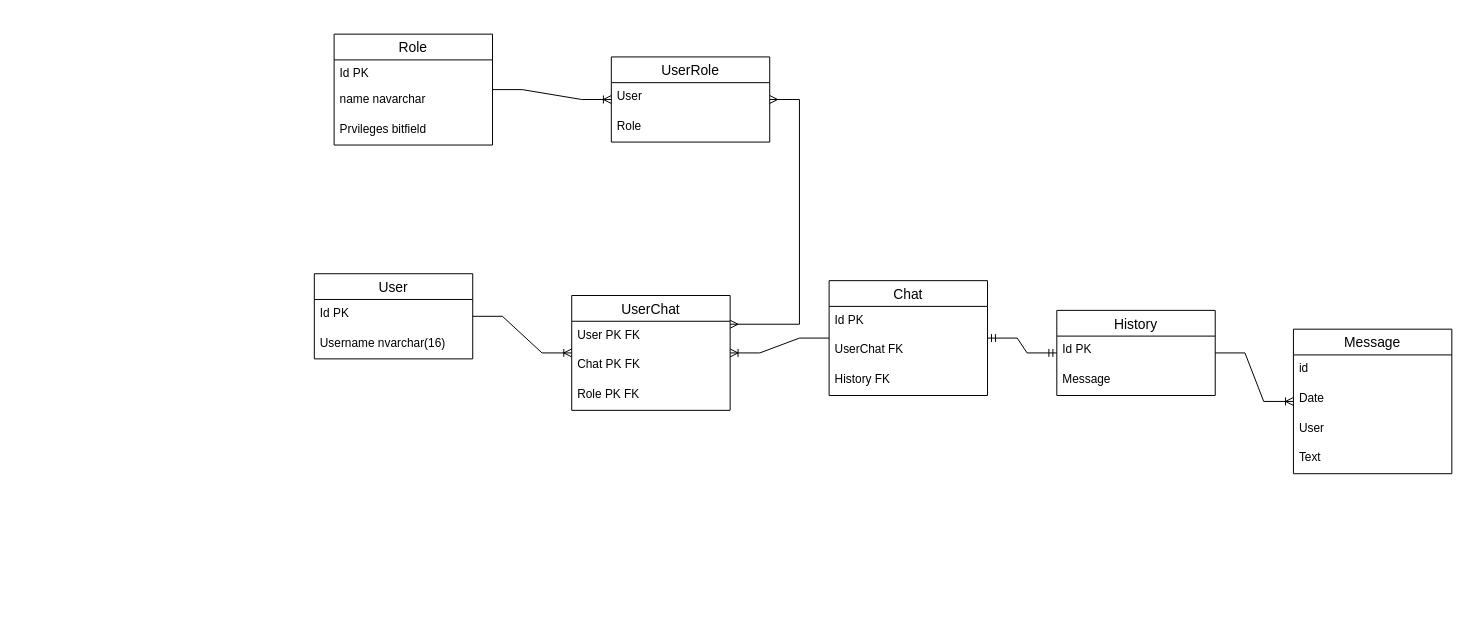
This is page "DB" (1 of 3) of Resources/DB.drawio from Plasmat1x/CourseProjectCS2, a draw.io file, before an edit. Source tidied: cells renumbered, new cells numbered last; positions are measured from the earlier drawing's top-left corner, leaving out a move shared by most shapes. Both pictures are drawn from the tidied source at 99%, with x=0, y=0 at pixel (314, 34).
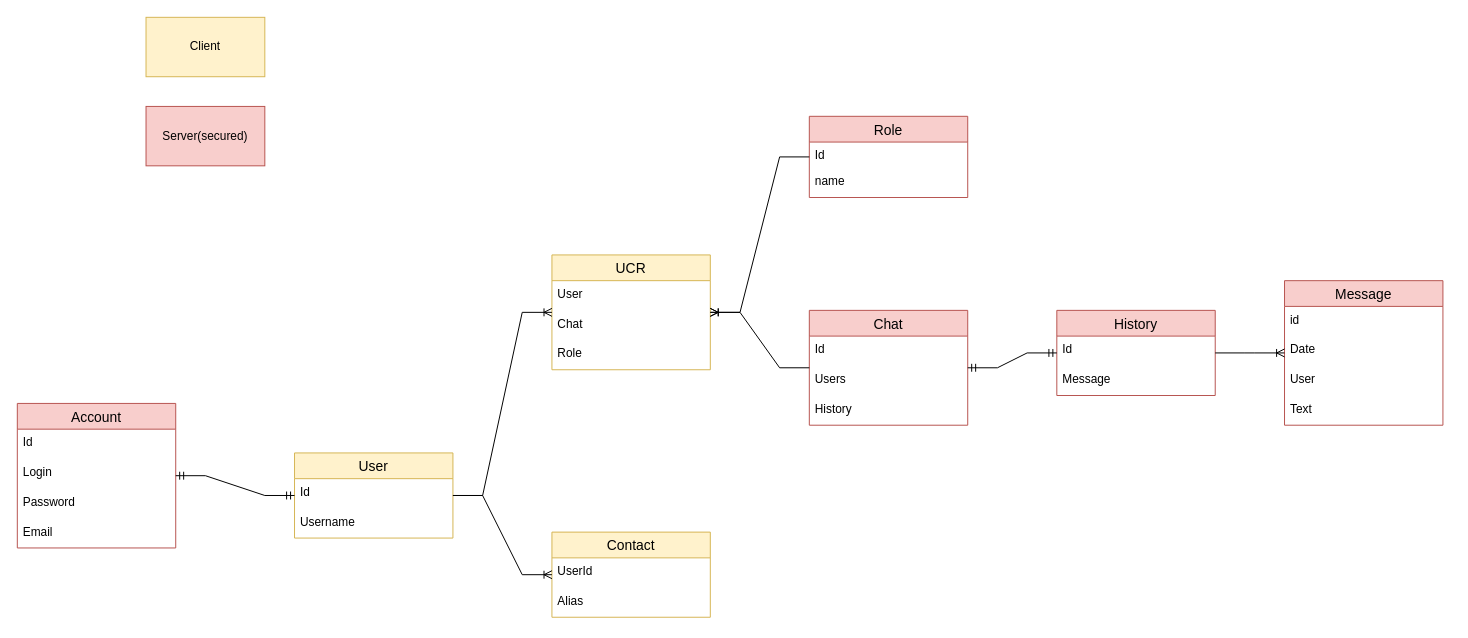
The same diagram, later.

What changed in the source:
```diff
@@
-    <mxCell id="2" value="User" style="swimlane;fontStyle=0;horizontal=1;startSize=26;align=center;fontSize=14;" parent="1" vertex="1">
-      <mxGeometry y="242" width="160" height="86" as="geometry" />
+    <mxCell id="2" value="User" style="swimlane;fontStyle=0;horizontal=1;startSize=26;align=center;fontSize=14;fillColor=#fff2cc;strokeColor=#d6b656;" parent="1" vertex="1">
+      <mxGeometry x="-20" y="423" width="160" height="86" as="geometry" />
     </mxCell>
-    <mxCell id="3" value="Id PK" style="text;strokeColor=none;fillColor=none;spacingLeft=4;spacingRight=4;overflow=hidden;fontSize=12;" parent="2" vertex="1">
+    <mxCell id="3" value="Id" style="text;strokeColor=none;fillColor=none;spacingLeft=4;spacingRight=4;overflow=hidden;fontSize=12;" parent="2" vertex="1">
       <mxGeometry y="26" width="160" height="30" as="geometry" />
     </mxCell>
-    <mxCell id="4" value="Username nvarchar(16)" style="text;strokeColor=none;fillColor=none;spacingLeft=4;spacingRight=4;overflow=hidden;fontSize=12;" parent="2" vertex="1">
+    <mxCell id="4" value="Username " style="text;strokeColor=none;fillColor=none;spacingLeft=4;spacingRight=4;overflow=hidden;fontSize=12;" parent="2" vertex="1">
       <mxGeometry y="56" width="160" height="30" as="geometry" />
     </mxCell>
-    <mxCell id="5" value="Role" style="swimlane;fontStyle=0;horizontal=1;startSize=26;align=center;fontSize=14;" parent="1" vertex="1">
-      <mxGeometry x="20" width="160" height="112" as="geometry" />
+    <mxCell id="5" value="Role" style="swimlane;fontStyle=0;horizontal=1;startSize=26;align=center;fontSize=14;fillColor=#f8cecc;strokeColor=#b85450;" parent="1" vertex="1">
+      <mxGeometry x="500" y="83" width="160" height="82" as="geometry" />
     </mxCell>
-    <mxCell id="6" value="Id PK" style="text;strokeColor=none;fillColor=none;spacingLeft=4;spacingRight=4;overflow=hidden;fontSize=12;" parent="5" vertex="1">
+    <mxCell id="6" value="Id" style="text;strokeColor=none;fillColor=none;spacingLeft=4;spacingRight=4;overflow=hidden;fontSize=12;" parent="5" vertex="1">
       <mxGeometry y="26" width="160" height="26" as="geometry" />
     </mxCell>
-    <mxCell id="7" value="name navarchar" style="text;strokeColor=none;fillColor=none;spacingLeft=4;spacingRight=4;overflow=hidden;fontSize=12;" parent="5" vertex="1">
+    <mxCell id="7" value="name" style="text;strokeColor=none;fillColor=none;spacingLeft=4;spacingRight=4;overflow=hidden;fontSize=12;" parent="5" vertex="1">
       <mxGeometry y="52" width="160" height="30" as="geometry" />
     </mxCell>
-    <mxCell id="8" value="Prvileges bitfield" style="text;strokeColor=none;fillColor=none;spacingLeft=4;spacingRight=4;overflow=hidden;fontSize=12;" parent="5" vertex="1">
-      <mxGeometry y="82" width="160" height="30" as="geometry" />
-    </mxCell>
-    <mxCell id="9" value="Chat" style="swimlane;fontStyle=0;horizontal=1;startSize=26;align=center;fontSize=14;" parent="1" vertex="1">
-      <mxGeometry x="520" y="249" width="160" height="116" as="geometry" />
+    <mxCell id="9" value="Chat" style="swimlane;fontStyle=0;horizontal=1;startSize=26;align=center;fontSize=14;fillColor=#f8cecc;strokeColor=#b85450;" parent="1" vertex="1">
+      <mxGeometry x="500" y="279" width="160" height="116" as="geometry" />
     </mxCell>
-    <mxCell id="10" value="Id PK" style="text;strokeColor=none;fillColor=none;spacingLeft=4;spacingRight=4;overflow=hidden;fontSize=12;" parent="9" vertex="1">
+    <mxCell id="10" value="Id" style="text;strokeColor=none;fillColor=none;spacingLeft=4;spacingRight=4;overflow=hidden;fontSize=12;" parent="9" vertex="1">
       <mxGeometry y="26" width="160" height="30" as="geometry" />
     </mxCell>
-    <mxCell id="11" value="UserChat FK" style="text;strokeColor=none;fillColor=none;spacingLeft=4;spacingRight=4;overflow=hidden;fontSize=12;" parent="9" vertex="1">
+    <mxCell id="11" value="Users" style="text;strokeColor=none;fillColor=none;spacingLeft=4;spacingRight=4;overflow=hidden;fontSize=12;" parent="9" vertex="1">
       <mxGeometry y="56" width="160" height="30" as="geometry" />
     </mxCell>
-    <mxCell id="12" value="History FK" style="text;strokeColor=none;fillColor=none;spacingLeft=4;spacingRight=4;overflow=hidden;fontSize=12;" parent="9" vertex="1">
+    <mxCell id="12" value="History" style="text;strokeColor=none;fillColor=none;spacingLeft=4;spacingRight=4;overflow=hidden;fontSize=12;" parent="9" vertex="1">
       <mxGeometry y="86" width="160" height="30" as="geometry" />
     </mxCell>
-    <mxCell id="13" value="UserChat" style="swimlane;fontStyle=0;horizontal=1;startSize=26;align=center;fontSize=14;" parent="1" vertex="1">
-      <mxGeometry x="260" y="264" width="160" height="116" as="geometry" />
+    <mxCell id="13" value="UCR" style="swimlane;fontStyle=0;horizontal=1;startSize=26;align=center;fontSize=14;fillColor=#fff2cc;strokeColor=#d6b656;" parent="1" vertex="1">
+      <mxGeometry x="240" y="223" width="160" height="116" as="geometry" />
     </mxCell>
-    <mxCell id="14" value="User PK FK" style="text;strokeColor=none;fillColor=none;spacingLeft=4;spacingRight=4;overflow=hidden;fontSize=12;" parent="13" vertex="1">
+    <mxCell id="14" value="User" style="text;strokeColor=none;fillColor=none;spacingLeft=4;spacingRight=4;overflow=hidden;fontSize=12;" parent="13" vertex="1">
       <mxGeometry y="26" width="160" height="30" as="geometry" />
     </mxCell>
-    <mxCell id="15" value="Chat PK FK" style="text;strokeColor=none;fillColor=none;spacingLeft=4;spacingRight=4;overflow=hidden;fontSize=12;" parent="13" vertex="1">
+    <mxCell id="15" value="Chat" style="text;strokeColor=none;fillColor=none;spacingLeft=4;spacingRight=4;overflow=hidden;fontSize=12;" parent="13" vertex="1">
       <mxGeometry y="56" width="160" height="30" as="geometry" />
     </mxCell>
-    <mxCell id="16" value="Role PK FK" style="text;strokeColor=none;fillColor=none;spacingLeft=4;spacingRight=4;overflow=hidden;fontSize=12;" parent="13" vertex="1">
+    <mxCell id="16" value="Role" style="text;strokeColor=none;fillColor=none;spacingLeft=4;spacingRight=4;overflow=hidden;fontSize=12;" parent="13" vertex="1">
       <mxGeometry y="86" width="160" height="30" as="geometry" />
     </mxCell>
-    <mxCell id="17" value="History" style="swimlane;fontStyle=0;horizontal=1;startSize=26;align=center;fontSize=14;" parent="1" vertex="1">
+    <mxCell id="17" value="History" style="swimlane;fontStyle=0;horizontal=1;startSize=26;align=center;fontSize=14;fillColor=#f8cecc;strokeColor=#b85450;" parent="1" vertex="1">
       <mxGeometry x="750" y="279" width="160" height="86" as="geometry" />
     </mxCell>
-    <mxCell id="18" value="Id PK" style="text;strokeColor=none;fillColor=none;spacingLeft=4;spacingRight=4;overflow=hidden;fontSize=12;" parent="17" vertex="1">
+    <mxCell id="18" value="Id" style="text;strokeColor=none;fillColor=none;spacingLeft=4;spacingRight=4;overflow=hidden;fontSize=12;" parent="17" vertex="1">
       <mxGeometry y="26" width="160" height="30" as="geometry" />
     </mxCell>
@@
-    <mxCell id="20" value="Message" style="swimlane;fontStyle=0;horizontal=1;startSize=26;align=center;fontSize=14;" parent="1" vertex="1">
-      <mxGeometry x="989" y="298" width="160" height="146" as="geometry" />
+    <mxCell id="20" value="Message" style="swimlane;fontStyle=0;horizontal=1;startSize=26;align=center;fontSize=14;fillColor=#f8cecc;strokeColor=#b85450;" parent="1" vertex="1">
+      <mxGeometry x="980" y="249" width="160" height="146" as="geometry" />
     </mxCell>
@@
-    <mxCell id="29" value="UserRole" style="swimlane;fontStyle=0;horizontal=1;startSize=26;align=center;fontSize=14;" parent="1" vertex="1">
-      <mxGeometry x="300" y="23" width="160" height="86" as="geometry" />
-    </mxCell>
-    <mxCell id="30" value="User" style="text;strokeColor=none;fillColor=none;spacingLeft=4;spacingRight=4;overflow=hidden;fontSize=12;" parent="29" vertex="1">
-      <mxGeometry y="26" width="160" height="30" as="geometry" />
-    </mxCell>
-    <mxCell id="31" value="Role" style="text;strokeColor=none;fillColor=none;spacingLeft=4;spacingRight=4;overflow=hidden;fontSize=12;" parent="29" vertex="1">
-      <mxGeometry y="56" width="160" height="30" as="geometry" />
-    </mxCell>
-    <mxCell id="32" style="edgeStyle=entityRelationEdgeStyle;fontSize=12;html=1;endArrow=ERoneToMany;rounded=0;" parent="1" edge="1" source="5" target="29">
+    <mxCell id="32" style="edgeStyle=entityRelationEdgeStyle;fontSize=12;html=1;endArrow=ERoneToMany;rounded=0;" parent="1" edge="1" source="5" target="13">
       <mxGeometry relative="1" as="geometry" />
     </mxCell>
-    <mxCell id="33" style="edgeStyle=entityRelationEdgeStyle;fontSize=12;html=1;endArrow=ERmany;startArrow=ERmany;rounded=0;entryX=1;entryY=0.25;entryDx=0;entryDy=0;" parent="1" edge="1" source="29" target="13">
-      <mxGeometry relative="1" as="geometry" />
-    </mxCell>
+    <mxCell id="34" value="Account" style="swimlane;fontStyle=0;horizontal=1;startSize=26;align=center;fontSize=14;fillColor=#f8cecc;strokeColor=#b85450;" parent="1" vertex="1">
+      <mxGeometry x="-300" y="373" width="160" height="146" as="geometry" />
+    </mxCell>
+    <mxCell id="35" value="Id" style="text;strokeColor=none;fillColor=none;spacingLeft=4;spacingRight=4;overflow=hidden;fontSize=12;" parent="34" vertex="1">
+      <mxGeometry y="26" width="160" height="30" as="geometry" />
+    </mxCell>
+    <mxCell id="36" value="Login" style="text;strokeColor=none;fillColor=none;spacingLeft=4;spacingRight=4;overflow=hidden;fontSize=12;" parent="34" vertex="1">
+      <mxGeometry y="56" width="160" height="30" as="geometry" />
+    </mxCell>
+    <mxCell id="37" value="Password" style="text;strokeColor=none;fillColor=none;spacingLeft=4;spacingRight=4;overflow=hidden;fontSize=12;" parent="34" vertex="1">
+      <mxGeometry y="86" width="160" height="30" as="geometry" />
+    </mxCell>
+    <mxCell id="38" value="Email" style="text;strokeColor=none;fillColor=none;spacingLeft=4;spacingRight=4;overflow=hidden;fontSize=12;" parent="34" vertex="1">
+      <mxGeometry y="116" width="160" height="30" as="geometry" />
+    </mxCell>
+    <mxCell id="39" style="edgeStyle=entityRelationEdgeStyle;fontSize=12;html=1;endArrow=ERmandOne;startArrow=ERmandOne;rounded=0;" parent="1" edge="1" source="34" target="2">
+      <mxGeometry relative="1" as="geometry" />
+    </mxCell>
+    <mxCell id="40" value="Contact" style="swimlane;fontStyle=0;horizontal=1;startSize=26;align=center;fontSize=14;fillColor=#fff2cc;strokeColor=#d6b656;" parent="1" vertex="1">
+      <mxGeometry x="240" y="503" width="160" height="86" as="geometry" />
+    </mxCell>
+    <mxCell id="41" value="UserId" style="text;strokeColor=none;fillColor=none;spacingLeft=4;spacingRight=4;overflow=hidden;fontSize=12;" parent="40" vertex="1">
+      <mxGeometry y="26" width="160" height="30" as="geometry" />
+    </mxCell>
+    <mxCell id="42" value="Alias" style="text;strokeColor=none;fillColor=none;spacingLeft=4;spacingRight=4;overflow=hidden;fontSize=12;" parent="40" vertex="1">
+      <mxGeometry y="56" width="160" height="30" as="geometry" />
+    </mxCell>
+    <mxCell id="43" style="edgeStyle=entityRelationEdgeStyle;fontSize=12;html=1;endArrow=ERoneToMany;rounded=0;" parent="1" edge="1" source="2" target="40">
+      <mxGeometry relative="1" as="geometry" />
+    </mxCell>
+    <mxCell id="44" value="Client" style="whiteSpace=wrap;html=1;fillColor=#fff2cc;strokeColor=#d6b656;" parent="1" vertex="1">
+      <mxGeometry x="-170" y="-17" width="120" height="60" as="geometry" />
+    </mxCell>
+    <mxCell id="45" value="Server(secured)" style="whiteSpace=wrap;html=1;fillColor=#f8cecc;strokeColor=#b85450;" parent="1" vertex="1">
+      <mxGeometry x="-170" y="73" width="120" height="60" as="geometry" />
+    </mxCell>
```
